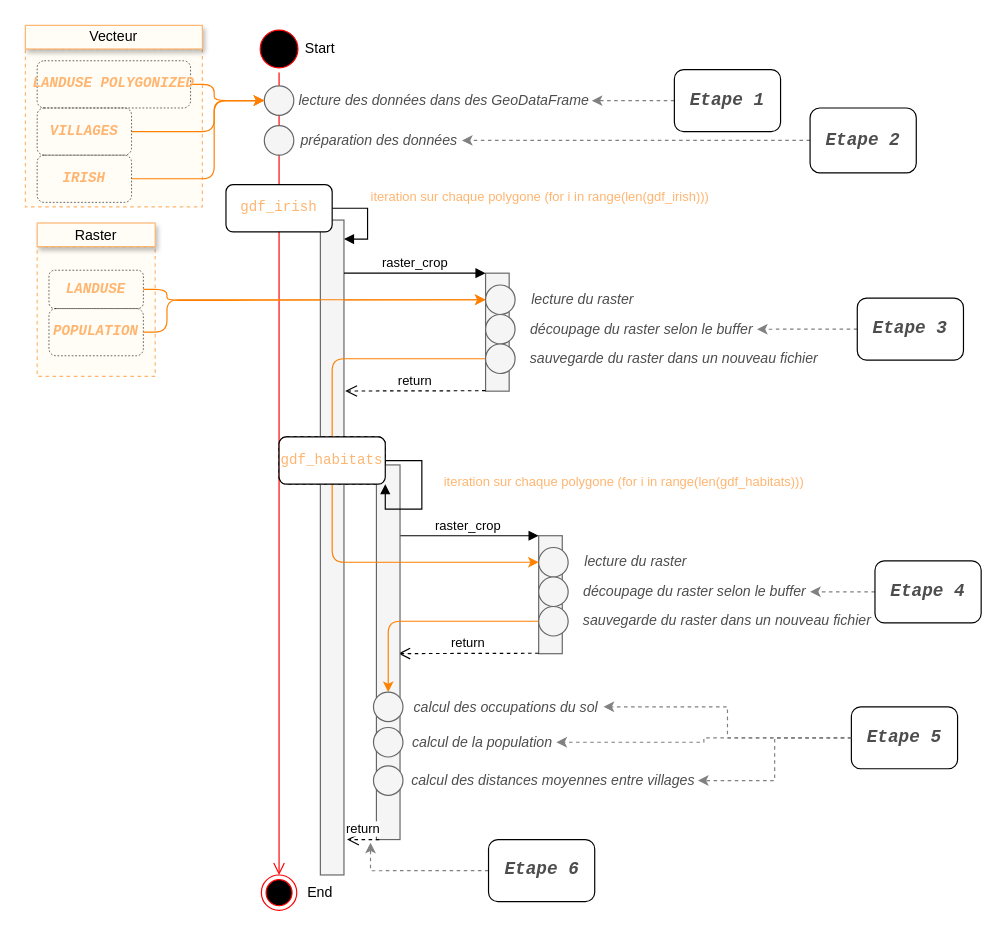
Above: page "Par pays/habitats" (3 of 4) of docs/INPMT_simple.drawio in pierre-manchon/INPMT (draw.io), before the change. Source tidied: cells renumbered, new cells numbered last; positions are measured from the earlier drawing's top-left corner, leaving out a move shared by most shapes. Both pictures are drawn from the tidied source at 118%, with x=0, y=0 at pixel (25, 25).
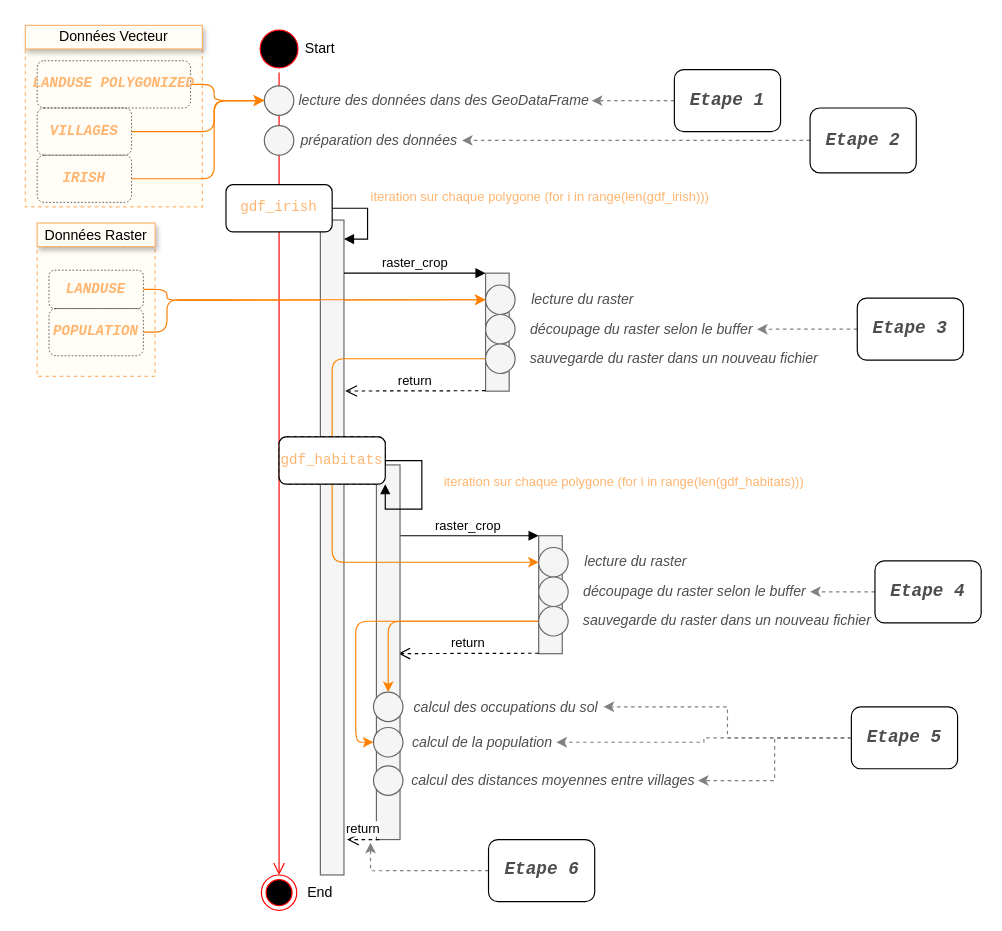
After the change.

The change refers to these unchanged cells:
```xml
<mxCell id="44" style="ellipse;whiteSpace=wrap;html=1;rounded=1;shadow=0;glass=0;labelBackgroundColor=none;sketch=0;fontColor=#333333;strokeColor=#666666;strokeWidth=1;fillColor=#f5f5f5;" parent="1" vertex="1">
  <mxGeometry x="435" y="492.5" width="25" height="25" as="geometry" />
</mxCell>
<mxCell id="56" style="ellipse;whiteSpace=wrap;html=1;rounded=1;shadow=0;glass=0;labelBackgroundColor=none;sketch=0;fontColor=#333333;strokeColor=#666666;strokeWidth=1;fillColor=#f5f5f5;" parent="1" vertex="1">
  <mxGeometry x="295" y="595" width="25" height="25" as="geometry" />
</mxCell>
```

Change to the diagram source:
```diff
@@
-    <mxCell id="10" value="Vecteur" style="rounded=0;whiteSpace=wrap;html=1;labelBackgroundColor=none;glass=0;shadow=1;strokeColor=#FFB570;fillColor=#FFFDF5;" parent="1" vertex="1">
+    <mxCell id="10" value="Données Vecteur" style="rounded=0;whiteSpace=wrap;html=1;labelBackgroundColor=none;glass=0;shadow=1;strokeColor=#FFB570;fillColor=#FFFDF5;" parent="1" vertex="1">
       <mxGeometry width="150" height="20" as="geometry" />
     </mxCell>
-    <mxCell id="11" value="Raster" style="rounded=0;whiteSpace=wrap;html=1;labelBackgroundColor=none;glass=0;shadow=1;strokeColor=#FFB570;fillColor=#FFFDF5;" parent="1" vertex="1">
+    <mxCell id="11" value="Données Raster" style="rounded=0;whiteSpace=wrap;html=1;labelBackgroundColor=none;glass=0;shadow=1;strokeColor=#FFB570;fillColor=#FFFDF5;" parent="1" vertex="1">
       <mxGeometry x="10" y="167.5" width="100" height="20" as="geometry" />
     </mxCell>
@@
+    <mxCell id="73" style="edgeStyle=orthogonalEdgeStyle;rounded=1;jettySize=auto;html=1;exitX=0;exitY=0.5;exitDx=0;exitDy=0;entryX=0;entryY=0.5;entryDx=0;entryDy=0;strokeColor=#FF8000;" parent="1" edge="1" source="44" target="56">
+      <mxGeometry relative="1" as="geometry">
+        <Array as="points">
+          <mxPoint x="280" y="505" />
+          <mxPoint x="280" y="608" />
+        </Array>
+      </mxGeometry>
+    </mxCell>
```
